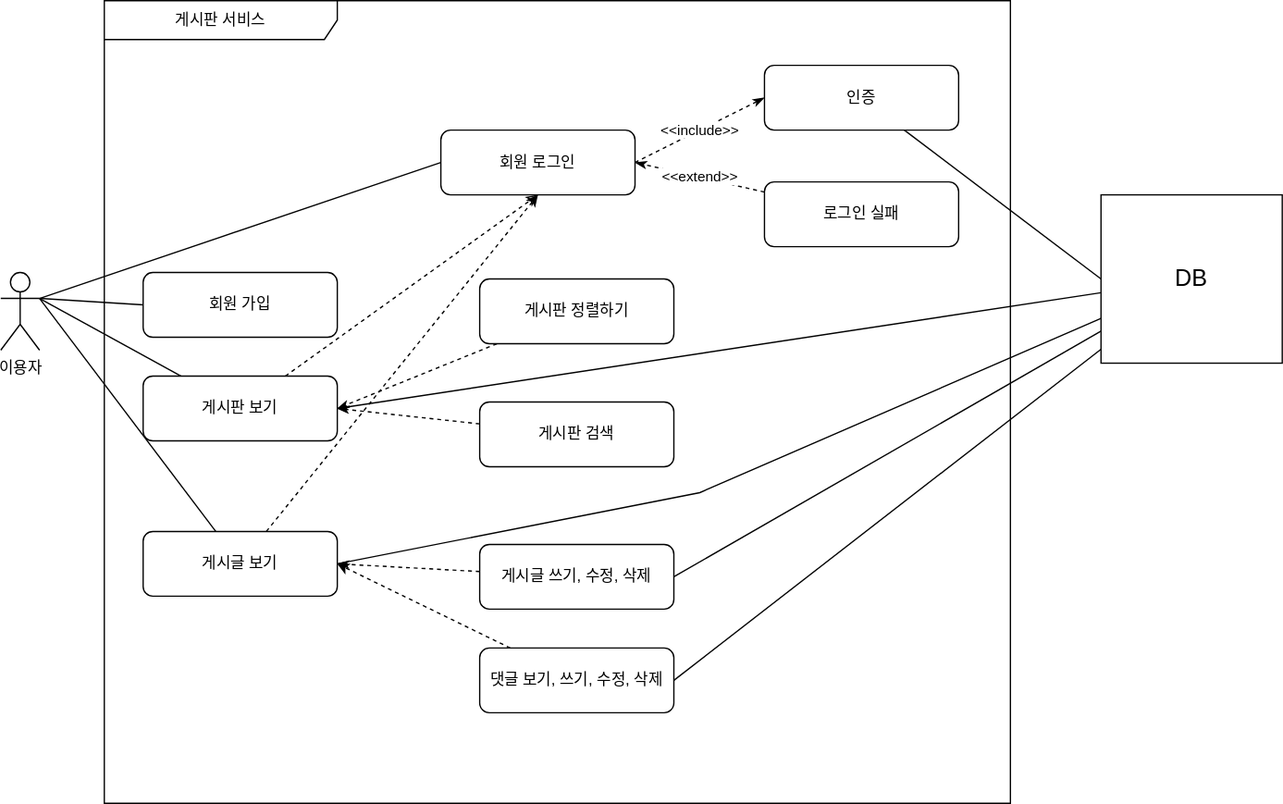
The draw.io diagram document/use-case.svg in Inderby/BoardService, before a commit. Source tidied: cells renumbered, new cells last; positions are measured from the earlier drawing's top-left corner, leaving out a move shared by most shapes.
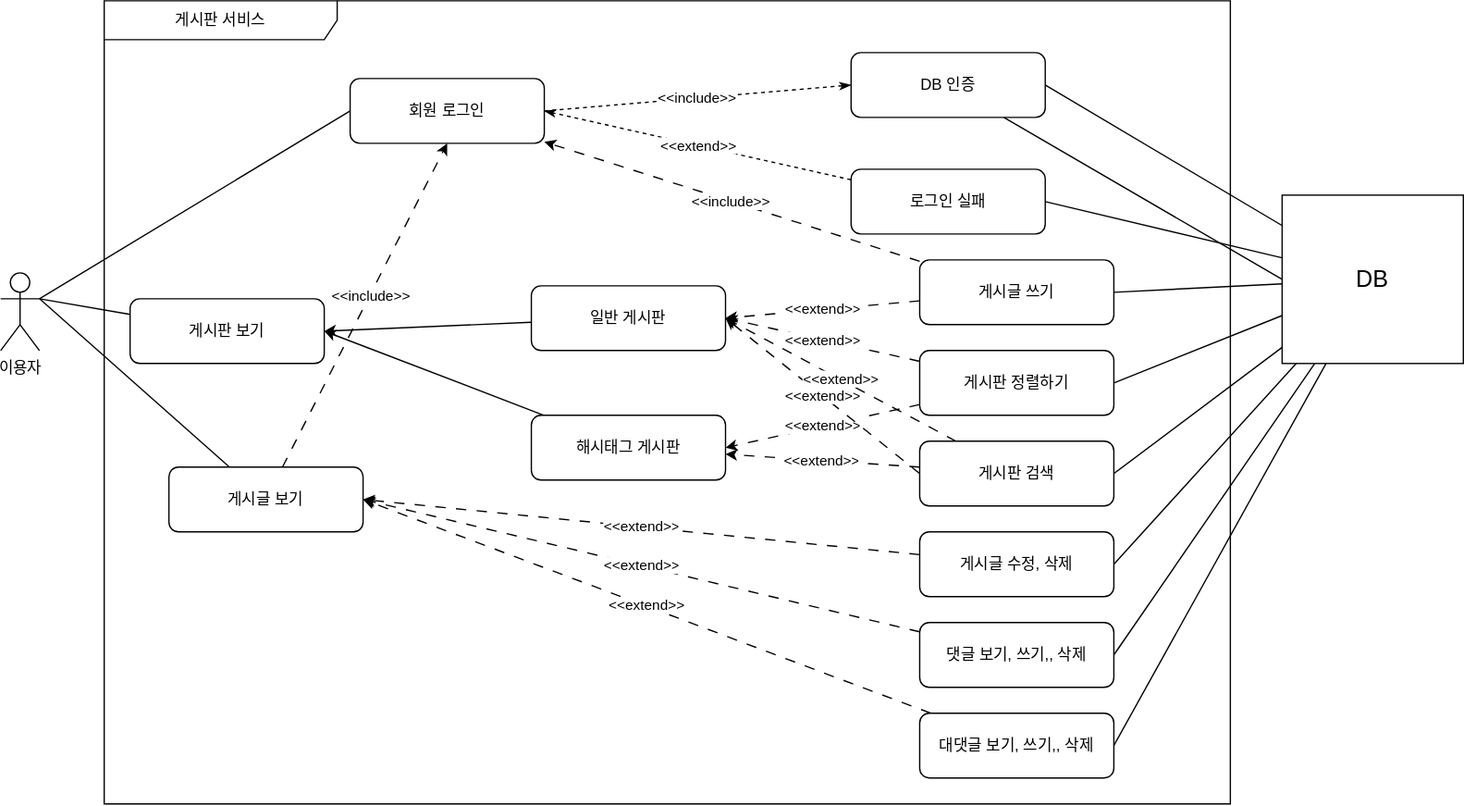
Above is the later version.

Commit message:
#54 - usecase.svg 설계에 맞게 변경

What changed in the source:
```diff
@@ -8,9 +8,6 @@
     <mxCell id="3" style="rounded=0;jettySize=auto;html=1;exitX=1;exitY=0.3333333333333333;exitDx=0;exitDy=0;exitPerimeter=0;endArrow=none;endFill=0;" parent="1" edge="1" source="6" target="12">
       <mxGeometry relative="1" as="geometry" />
     </mxCell>
-    <mxCell id="4" style="edgeStyle=none;shape=connector;rounded=0;jettySize=auto;html=1;exitX=1;exitY=0.3333333333333333;exitDx=0;exitDy=0;exitPerimeter=0;entryX=0;entryY=0.5;entryDx=0;entryDy=0;labelBackgroundColor=default;strokeColor=default;align=center;verticalAlign=middle;fontFamily=Helvetica;fontSize=11;fontColor=default;endArrow=none;endFill=0;" parent="1" edge="1" source="6" target="8">
-      <mxGeometry relative="1" as="geometry" />
-    </mxCell>
     <mxCell id="5" style="edgeStyle=none;shape=connector;rounded=0;jettySize=auto;html=1;exitX=1;exitY=0.3333333333333333;exitDx=0;exitDy=0;exitPerimeter=0;entryX=0;entryY=0.5;entryDx=0;entryDy=0;labelBackgroundColor=default;strokeColor=default;align=center;verticalAlign=middle;fontFamily=Helvetica;fontSize=11;fontColor=default;endArrow=none;endFill=0;" parent="1" edge="1" source="6" target="10">
       <mxGeometry relative="1" as="geometry" />
     </mxCell>
@@ -18,83 +15,124 @@
       <mxGeometry y="210" width="30" height="60" as="geometry" />
     </mxCell>
     <mxCell id="7" value="게시판 서비스" style="shape=umlFrame;whiteSpace=wrap;html=1;width=180;height=30;" parent="1" vertex="1">
-      <mxGeometry x="80" width="700" height="620" as="geometry" />
+      <mxGeometry x="80" width="870" height="620" as="geometry" />
     </mxCell>
-    <mxCell id="8" value="회원 가입" style="rounded=1;whiteSpace=wrap;html=1;" parent="1" vertex="1">
-      <mxGeometry x="110" y="210" width="150" height="50" as="geometry" />
-    </mxCell>
     <mxCell id="9" value="&amp;lt;&amp;lt;include&amp;gt;&amp;gt;" style="edgeStyle=none;shape=connector;rounded=0;jettySize=auto;html=1;exitX=1;exitY=0.5;exitDx=0;exitDy=0;entryX=0;entryY=0.5;entryDx=0;entryDy=0;labelBackgroundColor=default;strokeColor=default;align=center;verticalAlign=middle;fontFamily=Helvetica;fontSize=11;fontColor=default;endArrow=classicThin;endFill=1;dashed=1;" parent="1" edge="1" source="10" target="16">
       <mxGeometry relative="1" as="geometry" />
     </mxCell>
     <mxCell id="10" value="회원 로그인" style="rounded=1;whiteSpace=wrap;html=1;" parent="1" vertex="1">
-      <mxGeometry x="340" y="100" width="150" height="50" as="geometry" />
+      <mxGeometry x="270" y="60" width="150" height="50" as="geometry" />
     </mxCell>
-    <mxCell id="11" style="edgeStyle=none;shape=connector;rounded=0;jettySize=auto;html=1;labelBackgroundColor=default;strokeColor=default;align=center;verticalAlign=middle;fontFamily=Helvetica;fontSize=11;fontColor=default;endArrow=classic;endFill=0;entryX=0.5;entryY=1;entryDx=0;entryDy=0;dashed=1;" parent="1" edge="1" source="12" target="10">
-      <mxGeometry relative="1" as="geometry" />
-    </mxCell>
     <mxCell id="12" value="게시판 보기" style="rounded=1;whiteSpace=wrap;html=1;" parent="1" vertex="1">
-      <mxGeometry x="110" y="290" width="150" height="50" as="geometry" />
+      <mxGeometry x="100" y="230" width="150" height="50" as="geometry" />
     </mxCell>
-    <mxCell id="13" style="edgeStyle=none;shape=connector;rounded=0;jettySize=auto;html=1;labelBackgroundColor=default;strokeColor=default;align=center;verticalAlign=middle;fontFamily=Helvetica;fontSize=11;fontColor=default;endArrow=classic;endFill=1;entryX=0.5;entryY=1;entryDx=0;entryDy=0;dashed=1;" parent="1" edge="1" source="14" target="10">
+    <mxCell id="13" style="edgeStyle=none;shape=connector;rounded=0;jettySize=auto;html=1;labelBackgroundColor=default;strokeColor=default;align=center;verticalAlign=middle;fontFamily=Helvetica;fontSize=11;fontColor=default;endArrow=classic;endFill=1;entryX=0.5;entryY=1;entryDx=0;entryDy=0;dashed=1;dashPattern=8 8;" parent="1" edge="1" source="14" target="10">
       <mxGeometry relative="1" as="geometry" />
     </mxCell>
+    <mxCell id="32" value="&amp;lt;&amp;lt;include&amp;gt;&amp;gt;" style="edgeLabel;html=1;align=center;verticalAlign=middle;fontSize=11;fontFamily=Helvetica;fontColor=default;" parent="13" vertex="1">
+      <mxGeometry x="0.06" relative="1" as="geometry" />
+    </mxCell>
     <mxCell id="14" value="게시글 보기" style="rounded=1;whiteSpace=wrap;html=1;" parent="1" vertex="1">
-      <mxGeometry x="110" y="410" width="150" height="50" as="geometry" />
+      <mxGeometry x="130" y="360" width="150" height="50" as="geometry" />
     </mxCell>
     <mxCell id="15" style="edgeStyle=none;shape=connector;rounded=0;jettySize=auto;html=1;entryX=0;entryY=0.5;entryDx=0;entryDy=0;labelBackgroundColor=default;strokeColor=default;align=center;verticalAlign=middle;fontFamily=Helvetica;fontSize=11;fontColor=default;endArrow=none;endFill=0;" parent="1" edge="1" source="16" target="31">
       <mxGeometry relative="1" as="geometry" />
     </mxCell>
-    <mxCell id="16" value="인증" style="rounded=1;whiteSpace=wrap;html=1;" parent="1" vertex="1">
-      <mxGeometry x="590" y="50" width="150" height="50" as="geometry" />
+    <mxCell id="16" value="DB 인증" style="rounded=1;whiteSpace=wrap;html=1;" parent="1" vertex="1">
+      <mxGeometry x="657" y="40" width="150" height="50" as="geometry" />
     </mxCell>
     <mxCell id="17" value="&amp;lt;&amp;lt;extend&amp;gt;&amp;gt;" style="edgeStyle=none;shape=connector;rounded=0;jettySize=auto;html=1;entryX=1;entryY=0.5;entryDx=0;entryDy=0;labelBackgroundColor=default;strokeColor=default;align=center;verticalAlign=middle;fontFamily=Helvetica;fontSize=11;fontColor=default;endArrow=classicThin;endFill=1;dashed=1;" parent="1" edge="1" source="18" target="10">
       <mxGeometry relative="1" as="geometry" />
     </mxCell>
     <mxCell id="18" value="로그인 실패" style="rounded=1;whiteSpace=wrap;html=1;" parent="1" vertex="1">
-      <mxGeometry x="590" y="140" width="150" height="50" as="geometry" />
+      <mxGeometry x="657" y="130" width="150" height="50" as="geometry" />
     </mxCell>
-    <mxCell id="19" style="edgeStyle=none;shape=connector;rounded=0;jettySize=auto;html=1;entryX=1;entryY=0.5;entryDx=0;entryDy=0;labelBackgroundColor=default;strokeColor=default;align=center;verticalAlign=middle;fontFamily=Helvetica;fontSize=11;fontColor=default;endArrow=classicThin;endFill=1;dashed=1;" parent="1" edge="1" source="20" target="12">
-      <mxGeometry relative="1" as="geometry" />
-    </mxCell>
+    <mxCell id="33" value="&amp;lt;&amp;lt;extend&amp;gt;&lt;font style=&quot;border-color: var(--border-color);&quot; size=&quot;1&quot;&gt;&amp;gt;&lt;/font&gt;" style="edgeStyle=none;shape=connector;rounded=0;jettySize=auto;html=1;entryX=1;entryY=0.5;entryDx=0;entryDy=0;labelBackgroundColor=default;strokeColor=default;align=center;verticalAlign=middle;fontFamily=Helvetica;fontSize=11;fontColor=default;endArrow=classic;dashed=1;dashPattern=8 8;" parent="1" edge="1" source="20" target="46">
+      <mxGeometry relative="1" as="geometry" />
+    </mxCell>
+    <mxCell id="34" value="&amp;lt;&amp;lt;extend&amp;gt;&lt;font style=&quot;border-color: var(--border-color);&quot; size=&quot;1&quot;&gt;&amp;gt;&lt;/font&gt;" style="edgeStyle=none;shape=connector;rounded=0;jettySize=auto;html=1;entryX=1;entryY=0.5;entryDx=0;entryDy=0;labelBackgroundColor=default;strokeColor=default;align=center;verticalAlign=middle;fontFamily=Helvetica;fontSize=11;fontColor=default;endArrow=classic;dashed=1;dashPattern=8 8;" parent="1" edge="1" source="20" target="48">
+      <mxGeometry relative="1" as="geometry" />
+    </mxCell>
     <mxCell id="20" value="게시판 정렬하기" style="rounded=1;whiteSpace=wrap;html=1;" parent="1" vertex="1">
-      <mxGeometry x="370" y="215" width="150" height="50" as="geometry" />
+      <mxGeometry x="710" y="270" width="150" height="50" as="geometry" />
     </mxCell>
-    <mxCell id="21" style="edgeStyle=none;shape=connector;rounded=0;jettySize=auto;html=1;entryX=1;entryY=0.5;entryDx=0;entryDy=0;labelBackgroundColor=default;strokeColor=default;align=center;verticalAlign=middle;fontFamily=Helvetica;fontSize=11;fontColor=default;endArrow=classicThin;endFill=1;dashed=1;" parent="1" edge="1" source="22" target="12">
-      <mxGeometry relative="1" as="geometry" />
-    </mxCell>
+    <mxCell id="35" value="&amp;lt;&amp;lt;extend&amp;gt;&lt;font style=&quot;border-color: var(--border-color);&quot; size=&quot;1&quot;&gt;&amp;gt;&lt;/font&gt;" style="edgeStyle=none;shape=connector;rounded=0;jettySize=auto;html=1;entryX=1;entryY=0.5;entryDx=0;entryDy=0;labelBackgroundColor=default;strokeColor=default;align=center;verticalAlign=middle;fontFamily=Helvetica;fontSize=11;fontColor=default;endArrow=classic;exitX=0;exitY=0.5;exitDx=0;exitDy=0;dashed=1;dashPattern=8 8;" parent="1" edge="1" source="22" target="46">
+      <mxGeometry relative="1" as="geometry" />
+    </mxCell>
+    <mxCell id="36" value="&amp;lt;&amp;lt;extend&amp;gt;&lt;font style=&quot;border-color: var(--border-color);&quot; size=&quot;1&quot;&gt;&amp;gt;&lt;/font&gt;" style="edgeStyle=none;shape=connector;rounded=0;jettySize=auto;html=1;labelBackgroundColor=default;strokeColor=default;align=center;verticalAlign=middle;fontFamily=Helvetica;fontSize=11;fontColor=default;endArrow=classic;entryX=1;entryY=0.5;entryDx=0;entryDy=0;dashed=1;dashPattern=8 8;" parent="1" edge="1" source="22" target="46">
+      <mxGeometry relative="1" as="geometry" />
+    </mxCell>
+    <mxCell id="37" value="&amp;lt;&amp;lt;extend&amp;gt;&lt;font style=&quot;border-color: var(--border-color);&quot; size=&quot;1&quot;&gt;&amp;gt;&lt;/font&gt;" style="edgeStyle=none;shape=connector;rounded=0;jettySize=auto;html=1;labelBackgroundColor=default;strokeColor=default;align=center;verticalAlign=middle;fontFamily=Helvetica;fontSize=11;fontColor=default;endArrow=classic;dashed=1;dashPattern=8 8;" parent="1" edge="1" source="22" target="48">
+      <mxGeometry x="0.01" relative="1" as="geometry" />
+    </mxCell>
     <mxCell id="22" value="게시판 검색" style="rounded=1;whiteSpace=wrap;html=1;" parent="1" vertex="1">
-      <mxGeometry x="370" y="310" width="150" height="50" as="geometry" />
+      <mxGeometry x="710" y="340" width="150" height="50" as="geometry" />
     </mxCell>
-    <mxCell id="23" style="edgeStyle=none;shape=connector;rounded=0;jettySize=auto;html=1;entryX=1;entryY=0.5;entryDx=0;entryDy=0;labelBackgroundColor=default;strokeColor=default;align=center;verticalAlign=middle;fontFamily=Helvetica;fontSize=11;fontColor=default;endArrow=classicThin;endFill=1;dashed=1;" parent="1" edge="1" source="24" target="14">
-      <mxGeometry relative="1" as="geometry" />
-    </mxCell>
-    <mxCell id="24" value="게시글 쓰기, 수정, 삭제" style="rounded=1;whiteSpace=wrap;html=1;" parent="1" vertex="1">
-      <mxGeometry x="370" y="420" width="150" height="50" as="geometry" />
-    </mxCell>
-    <mxCell id="25" style="edgeStyle=none;shape=connector;rounded=0;jettySize=auto;html=1;entryX=1;entryY=0.5;entryDx=0;entryDy=0;labelBackgroundColor=default;strokeColor=default;align=center;verticalAlign=middle;fontFamily=Helvetica;fontSize=11;fontColor=default;endArrow=classic;endFill=1;dashed=1;" parent="1" edge="1" source="26" target="14">
+    <mxCell id="25" value="&amp;lt;&amp;lt;extend&amp;gt;&lt;font style=&quot;border-color: var(--border-color);&quot; size=&quot;1&quot;&gt;&amp;gt;&lt;/font&gt;" style="edgeStyle=none;shape=connector;rounded=0;jettySize=auto;html=1;entryX=1;entryY=0.5;entryDx=0;entryDy=0;labelBackgroundColor=default;strokeColor=default;align=center;verticalAlign=middle;fontFamily=Helvetica;fontSize=11;fontColor=default;endArrow=classic;endFill=1;dashed=1;dashPattern=8 8;" parent="1" edge="1" source="26" target="14">
       <mxGeometry relative="1" as="geometry" />
     </mxCell>
-    <mxCell id="26" value="댓글 보기, 쓰기, 수정, 삭제" style="rounded=1;whiteSpace=wrap;html=1;" parent="1" vertex="1">
-      <mxGeometry x="370" y="500" width="150" height="50" as="geometry" />
+    <mxCell id="26" value="댓글 보기, 쓰기,, 삭제" style="rounded=1;whiteSpace=wrap;html=1;" parent="1" vertex="1">
+      <mxGeometry x="710" y="480" width="150" height="50" as="geometry" />
     </mxCell>
-    <mxCell id="27" style="edgeStyle=none;shape=connector;rounded=0;jettySize=auto;html=1;entryX=1;entryY=0.5;entryDx=0;entryDy=0;labelBackgroundColor=default;strokeColor=default;align=center;verticalAlign=middle;fontFamily=Helvetica;fontSize=11;fontColor=default;endArrow=none;endFill=0;" parent="1" edge="1" source="31" target="12">
-      <mxGeometry relative="1" as="geometry" />
-    </mxCell>
-    <mxCell id="28" style="edgeStyle=none;shape=connector;rounded=0;jettySize=auto;html=1;entryX=1;entryY=0.5;entryDx=0;entryDy=0;labelBackgroundColor=default;strokeColor=default;align=center;verticalAlign=middle;fontFamily=Helvetica;fontSize=11;fontColor=default;endArrow=none;endFill=0;" parent="1" edge="1" source="31" target="14">
-      <mxGeometry relative="1" as="geometry">
-        <Array as="points">
-          <mxPoint x="540" y="380" />
-        </Array>
-      </mxGeometry>
-    </mxCell>
-    <mxCell id="29" style="edgeStyle=none;shape=connector;rounded=0;jettySize=auto;html=1;entryX=1;entryY=0.5;entryDx=0;entryDy=0;labelBackgroundColor=default;strokeColor=default;align=center;verticalAlign=middle;fontFamily=Helvetica;fontSize=11;fontColor=default;endArrow=none;endFill=0;" parent="1" edge="1" source="31" target="24">
-      <mxGeometry relative="1" as="geometry" />
-    </mxCell>
     <mxCell id="30" style="edgeStyle=none;shape=connector;rounded=0;jettySize=auto;html=1;entryX=1;entryY=0.5;entryDx=0;entryDy=0;labelBackgroundColor=default;strokeColor=default;align=center;verticalAlign=middle;fontFamily=Helvetica;fontSize=11;fontColor=default;endArrow=none;endFill=0;" parent="1" edge="1" source="31" target="26">
       <mxGeometry relative="1" as="geometry" />
     </mxCell>
+    <mxCell id="38" style="edgeStyle=none;shape=connector;rounded=0;jettySize=auto;html=1;entryX=1;entryY=0.5;entryDx=0;entryDy=0;labelBackgroundColor=default;strokeColor=default;align=center;verticalAlign=middle;fontFamily=Helvetica;fontSize=11;fontColor=default;endArrow=none;endFill=0;" parent="1" edge="1" source="31" target="16">
+      <mxGeometry relative="1" as="geometry" />
+    </mxCell>
+    <mxCell id="39" style="edgeStyle=none;shape=connector;rounded=0;jettySize=auto;html=1;entryX=1;entryY=0.5;entryDx=0;entryDy=0;labelBackgroundColor=default;strokeColor=default;align=center;verticalAlign=middle;fontFamily=Helvetica;fontSize=11;fontColor=default;endArrow=none;endFill=0;" parent="1" edge="1" source="31" target="18">
+      <mxGeometry relative="1" as="geometry" />
+    </mxCell>
+    <mxCell id="40" style="edgeStyle=none;shape=connector;rounded=0;jettySize=auto;html=1;entryX=1;entryY=0.5;entryDx=0;entryDy=0;labelBackgroundColor=default;strokeColor=default;align=center;verticalAlign=middle;fontFamily=Helvetica;fontSize=11;fontColor=default;endArrow=none;endFill=0;" parent="1" edge="1" source="31" target="51">
+      <mxGeometry relative="1" as="geometry" />
+    </mxCell>
+    <mxCell id="41" style="edgeStyle=none;shape=connector;rounded=0;jettySize=auto;html=1;entryX=1;entryY=0.5;entryDx=0;entryDy=0;labelBackgroundColor=default;strokeColor=default;align=center;verticalAlign=middle;fontFamily=Helvetica;fontSize=11;fontColor=default;endArrow=none;endFill=0;" parent="1" edge="1" source="31" target="20">
+      <mxGeometry relative="1" as="geometry" />
+    </mxCell>
+    <mxCell id="42" style="edgeStyle=none;shape=connector;rounded=0;jettySize=auto;html=1;entryX=1;entryY=0.5;entryDx=0;entryDy=0;labelBackgroundColor=default;strokeColor=default;align=center;verticalAlign=middle;fontFamily=Helvetica;fontSize=11;fontColor=default;endArrow=none;endFill=0;" parent="1" edge="1" source="31" target="22">
+      <mxGeometry relative="1" as="geometry" />
+    </mxCell>
+    <mxCell id="43" style="edgeStyle=none;shape=connector;rounded=0;jettySize=auto;html=1;entryX=1;entryY=0.5;entryDx=0;entryDy=0;labelBackgroundColor=default;strokeColor=default;align=center;verticalAlign=middle;fontFamily=Helvetica;fontSize=11;fontColor=default;endArrow=none;endFill=0;" parent="1" edge="1" source="31" target="53">
+      <mxGeometry relative="1" as="geometry" />
+    </mxCell>
+    <mxCell id="44" style="edgeStyle=none;shape=connector;rounded=0;jettySize=auto;html=1;entryX=1;entryY=0.5;entryDx=0;entryDy=0;labelBackgroundColor=default;strokeColor=default;align=center;verticalAlign=middle;fontFamily=Helvetica;fontSize=11;fontColor=default;endArrow=none;endFill=0;" parent="1" edge="1" source="31" target="55">
+      <mxGeometry relative="1" as="geometry" />
+    </mxCell>
     <mxCell id="31" value="&lt;font style=&quot;font-size: 18px;&quot;&gt;DB&lt;/font&gt;" style="html=1;whiteSpace=wrap;fontFamily=Helvetica;fontSize=11;fontColor=default;" parent="1" vertex="1">
-      <mxGeometry x="850" y="150" width="140" height="130" as="geometry" />
+      <mxGeometry x="990" y="150" width="140" height="130" as="geometry" />
     </mxCell>
+    <mxCell id="45" style="rounded=0;jettySize=auto;html=1;entryX=1;entryY=0.5;entryDx=0;entryDy=0;" parent="1" edge="1" source="46" target="12">
+      <mxGeometry relative="1" as="geometry" />
+    </mxCell>
+    <mxCell id="46" value="일반 게시판" style="rounded=1;whiteSpace=wrap;html=1;" parent="1" vertex="1">
+      <mxGeometry x="410" y="220" width="150" height="50" as="geometry" />
+    </mxCell>
+    <mxCell id="47" style="rounded=0;jettySize=auto;html=1;entryX=1;entryY=0.5;entryDx=0;entryDy=0;" parent="1" edge="1" source="48" target="12">
+      <mxGeometry relative="1" as="geometry" />
+    </mxCell>
+    <mxCell id="48" value="해시태그 게시판" style="rounded=1;whiteSpace=wrap;html=1;" parent="1" vertex="1">
+      <mxGeometry x="410" y="320" width="150" height="50" as="geometry" />
+    </mxCell>
+    <mxCell id="49" value="&amp;lt;&amp;lt;extend&amp;gt;&lt;font size=&quot;1&quot;&gt;&amp;gt;&lt;/font&gt;" style="edgeStyle=none;shape=connector;rounded=0;jettySize=auto;html=1;entryX=1;entryY=0.5;entryDx=0;entryDy=0;labelBackgroundColor=default;strokeColor=default;align=center;verticalAlign=middle;fontFamily=Helvetica;fontSize=11;fontColor=default;endArrow=classic;dashed=1;dashPattern=8 8;" parent="1" edge="1" source="51" target="46">
+      <mxGeometry relative="1" as="geometry" />
+    </mxCell>
+    <mxCell id="50" value="&amp;lt;&amp;lt;include&amp;gt;&amp;gt;" style="edgeStyle=none;shape=connector;rounded=0;jettySize=auto;html=1;labelBackgroundColor=default;strokeColor=default;align=center;verticalAlign=middle;fontFamily=Helvetica;fontSize=11;fontColor=default;endArrow=classic;dashed=1;dashPattern=8 8;" parent="1" edge="1" source="51" target="10">
+      <mxGeometry relative="1" as="geometry" />
+    </mxCell>
+    <mxCell id="51" value="게시글 쓰기" style="rounded=1;whiteSpace=wrap;html=1;" parent="1" vertex="1">
+      <mxGeometry x="710" y="200" width="150" height="50" as="geometry" />
+    </mxCell>
+    <mxCell id="52" value="&amp;lt;&amp;lt;extend&amp;gt;&lt;font style=&quot;border-color: var(--border-color);&quot; size=&quot;1&quot;&gt;&amp;gt;&lt;/font&gt;" style="edgeStyle=none;shape=connector;rounded=0;jettySize=auto;html=1;entryX=1;entryY=0.5;entryDx=0;entryDy=0;labelBackgroundColor=default;strokeColor=default;align=center;verticalAlign=middle;fontFamily=Helvetica;fontSize=11;fontColor=default;endArrow=classic;dashed=1;dashPattern=8 8;" parent="1" edge="1" source="53" target="14">
+      <mxGeometry relative="1" as="geometry" />
+    </mxCell>
+    <mxCell id="53" value="게시글 수정, 삭제" style="rounded=1;whiteSpace=wrap;html=1;" parent="1" vertex="1">
+      <mxGeometry x="710" y="410" width="150" height="50" as="geometry" />
+    </mxCell>
+    <mxCell id="54" value="&amp;lt;&amp;lt;extend&amp;gt;&amp;gt;" style="edgeStyle=none;shape=connector;rounded=0;jettySize=auto;html=1;entryX=1;entryY=0.5;entryDx=0;entryDy=0;labelBackgroundColor=default;strokeColor=default;align=center;verticalAlign=middle;fontFamily=Helvetica;fontSize=11;fontColor=default;endArrow=classic;endFill=1;dashed=1;dashPattern=8 8;" parent="1" edge="1" source="55" target="14">
+      <mxGeometry relative="1" as="geometry" />
+    </mxCell>
+    <mxCell id="55" value="대댓글 보기, 쓰기,, 삭제" style="rounded=1;whiteSpace=wrap;html=1;" parent="1" vertex="1">
+      <mxGeometry x="710" y="550" width="150" height="50" as="geometry" />
+    </mxCell>
   </root>
 </mxGraphModel>
```
